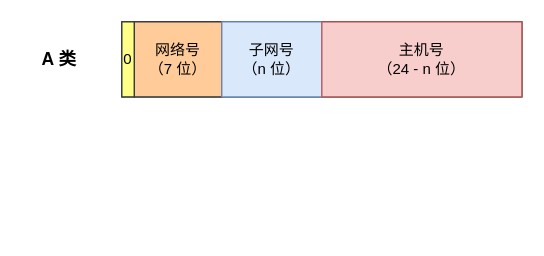
Above: 计算机网络/编址方法.drawio in jayouths/drawio_Repository (draw.io), before the change. Source tidied: cells renumbered, new cells numbered last; positions are measured from the earlier drawing's top-left corner, leaving out a move shared by most shapes. Both pictures are drawn from the tidied source at 125%, with x=0, y=0 at pixel (21, 21).
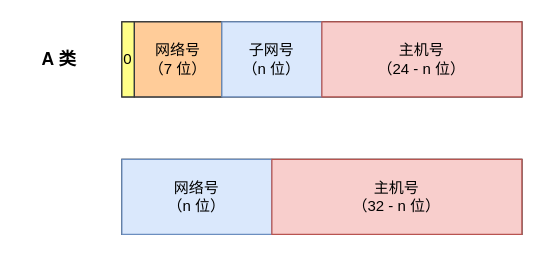
The same diagram, later.

Commit message:
更新编址方法.drawio

The edit, as a diff of the source:
```diff
@@
 <mxGraphModel>
   <root>
     <mxCell id="0" />
     <mxCell id="1" parent="0" />
     <mxCell id="2" style="rounded=0;whiteSpace=wrap;html=1;" parent="1" vertex="1">
       <mxGeometry x="80" width="320" height="60" as="geometry" />
     </mxCell>
     <mxCell id="3" value="0" style="rounded=0;whiteSpace=wrap;html=1;fillColor=#ffff88;strokeColor=#36393d;" parent="1" vertex="1">
       <mxGeometry x="80" width="10" height="60" as="geometry" />
     </mxCell>
     <mxCell id="4" value="网络号&lt;div&gt;（7 位）&lt;/div&gt;" style="rounded=0;whiteSpace=wrap;html=1;fillColor=#ffcc99;strokeColor=#36393d;" parent="1" vertex="1">
       <mxGeometry x="90" width="70" height="60" as="geometry" />
     </mxCell>
     <mxCell id="5" value="子网号&lt;div&gt;（n 位）&lt;/div&gt;" style="rounded=0;whiteSpace=wrap;html=1;fillColor=#dae8fc;strokeColor=#6c8ebf;" parent="1" vertex="1">
       <mxGeometry x="160" width="80" height="60" as="geometry" />
     </mxCell>
     <mxCell id="6" value="主机号&lt;div&gt;（24 - n 位）&lt;/div&gt;" style="rounded=0;whiteSpace=wrap;html=1;fillColor=#f8cecc;strokeColor=#b85450;" parent="1" vertex="1">
       <mxGeometry x="240" width="160" height="60" as="geometry" />
     </mxCell>
     <mxCell id="7" value="&lt;b&gt;&lt;font style=&quot;font-size: 14px;&quot;&gt;A 类&lt;/font&gt;&lt;/b&gt;" style="text;html=1;whiteSpace=wrap;strokeColor=none;fillColor=none;align=center;verticalAlign=middle;rounded=0;" parent="1" vertex="1">
       <mxGeometry y="15" width="60" height="30" as="geometry" />
     </mxCell>
+    <mxCell id="8" style="rounded=0;whiteSpace=wrap;html=1;" parent="1" vertex="1">
+      <mxGeometry x="80" y="110" width="320" height="60" as="geometry" />
+    </mxCell>
+    <mxCell id="9" value="网络号&lt;div&gt;（n 位）&lt;/div&gt;" style="rounded=0;whiteSpace=wrap;html=1;fillColor=#dae8fc;strokeColor=#6c8ebf;" parent="1" vertex="1">
+      <mxGeometry x="80" y="110" width="120" height="60" as="geometry" />
+    </mxCell>
+    <mxCell id="10" value="主机号&lt;div&gt;（32 - n 位）&lt;/div&gt;" style="rounded=0;whiteSpace=wrap;html=1;fillColor=#f8cecc;strokeColor=#b85450;" parent="1" vertex="1">
+      <mxGeometry x="200" y="110" width="200" height="60" as="geometry" />
+    </mxCell>
   </root>
 </mxGraphModel>
```
